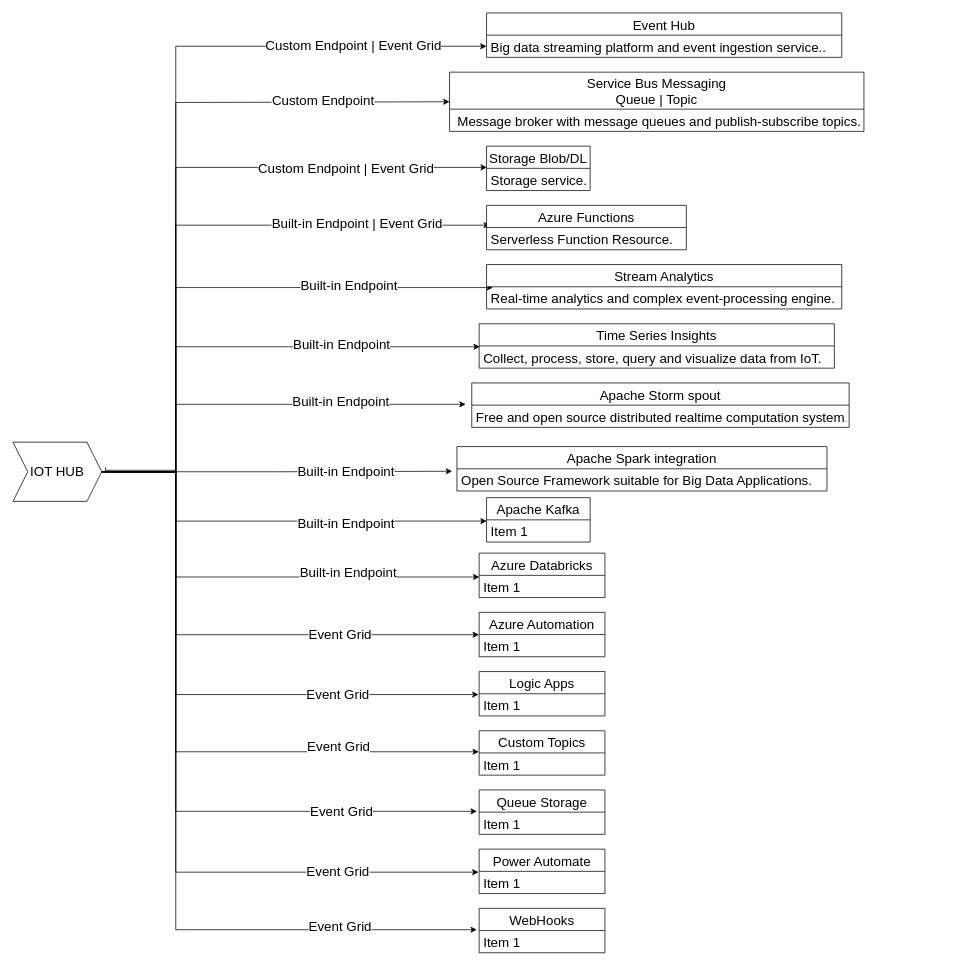
saramonteiro/diagrams keeps this draw.io diagram as page "Page-2" (2 of 2) of iothub/WWH.drawio. Above is the earlier version. Source tidied: cells renumbered, new cells numbered last; positions are measured from the earlier drawing's top-left corner, leaving out a move shared by most shapes. Both pictures are drawn from the tidied source at 74%, with x=0, y=0 at pixel (13, 13).
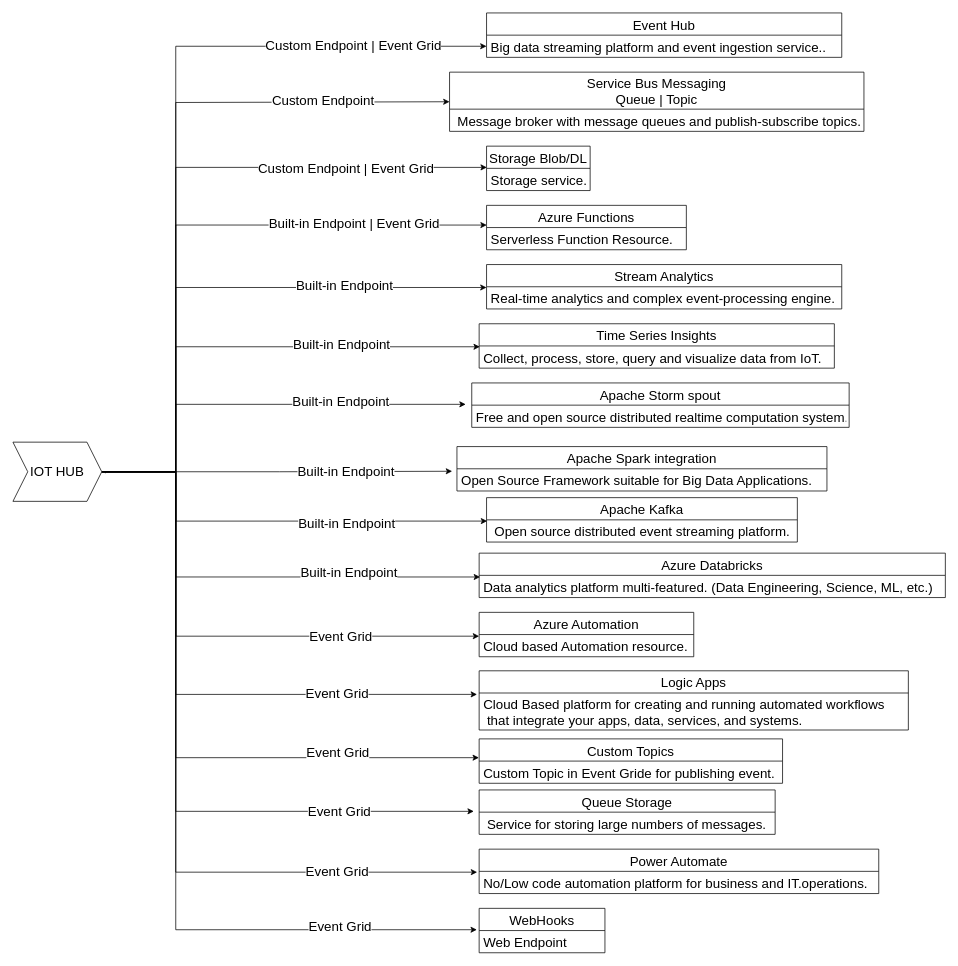
Above is the later version.

Commit message:
Finish description

Unchanged cells that the change refers to:
```xml
<mxCell id="34" value="&lt;font style=&quot;font-size: 18px&quot;&gt;IOT HUB&lt;/font&gt;" style="shape=step;perimeter=stepPerimeter;whiteSpace=wrap;html=1;fixedSize=1;fontSize=6;" parent="1" vertex="1">
  <mxGeometry y="580" width="120" height="80" as="geometry" />
</mxCell>
<mxCell id="41" value="Azure Functions" style="swimlane;fontStyle=0;horizontal=1;startSize=30;fontSize=18;" parent="1" vertex="1">
  <mxGeometry x="640" y="260" width="270" height="60" as="geometry" />
</mxCell>
<mxCell id="42" value="Serverless Function Resource." style="text;strokeColor=none;fillColor=none;align=left;verticalAlign=middle;spacingLeft=4;spacingRight=4;overflow=hidden;points=[[0,0.5],[1,0.5]];portConstraint=eastwest;fontSize=18;" parent="41" vertex="1">
  <mxGeometry y="30" width="270" height="30" as="geometry" />
</mxCell>
<mxCell id="44" value="Real-time analytics and complex event-processing engine." style="text;strokeColor=none;fillColor=none;align=left;verticalAlign=middle;spacingLeft=4;spacingRight=4;overflow=hidden;points=[[0,0.5],[1,0.5]];portConstraint=eastwest;fontSize=18;" parent="43" vertex="1">
  <mxGeometry y="30" width="480" height="30" as="geometry" />
</mxCell>
<mxCell id="65" value="WebHooks" style="swimlane;fontStyle=0;horizontal=1;startSize=30;fontSize=18;" parent="1" vertex="1">
  <mxGeometry x="630" y="1210" width="170" height="60" as="geometry" />
</mxCell>
```

Diff of the diagram source:
```diff
@@
-    <mxCell id="8" style="edgeStyle=orthogonalEdgeStyle;rounded=0;jettySize=auto;html=1;exitX=1;exitY=0.5;exitDx=0;exitDy=0;entryX=0.017;entryY=-0.106;entryDx=0;entryDy=0;entryPerimeter=0;fontSize=18;" parent="1" edge="1" source="34" target="42">
+    <mxCell id="8" style="edgeStyle=orthogonalEdgeStyle;rounded=0;jettySize=auto;html=1;exitX=1;exitY=0.5;exitDx=0;exitDy=0;entryX=0.001;entryY=0.444;entryDx=0;entryDy=0;entryPerimeter=0;fontSize=18;" parent="1" edge="1" source="34" target="41">
       <mxGeometry relative="1" as="geometry">
         <Array as="points">
           <mxPoint x="220" y="620" />
           <mxPoint x="220" y="287" />
         </Array>
       </mxGeometry>
     </mxCell>
@@
-    <mxCell id="10" style="edgeStyle=orthogonalEdgeStyle;rounded=0;jettySize=auto;html=1;exitX=1;exitY=0.5;exitDx=0;exitDy=0;entryX=0.018;entryY=0.037;entryDx=0;entryDy=0;entryPerimeter=0;fontSize=18;" parent="1" edge="1" source="34" target="44">
+    <mxCell id="10" style="edgeStyle=orthogonalEdgeStyle;rounded=0;jettySize=auto;html=1;exitX=1;exitY=0.5;exitDx=0;exitDy=0;fontSize=18;" parent="1" edge="1" source="34">
       <mxGeometry relative="1" as="geometry">
+        <mxPoint x="640" y="371" as="targetPoint" />
         <Array as="points">
           <mxPoint x="220" y="620" />
           <mxPoint x="220" y="371" />
         </Array>
       </mxGeometry>
     </mxCell>
@@
     <mxCell id="22" style="edgeStyle=orthogonalEdgeStyle;rounded=0;orthogonalLoop=1;jettySize=auto;html=1;exitX=1;exitY=0.5;exitDx=0;exitDy=0;entryX=-0.031;entryY=0.074;entryDx=0;entryDy=0;entryPerimeter=0;fontSize=18;" parent="1" edge="1">
       <mxGeometry relative="1" as="geometry">
-        <mxPoint x="125" y="618" as="sourcePoint" />
-        <mxPoint x="629.7" y="840.2" as="targetPoint" />
+        <mxPoint x="125.3" y="620" as="sourcePoint" />
+        <mxPoint x="630" y="842.2" as="targetPoint" />
         <Array as="points">
-          <mxPoint x="220" y="618" />
-          <mxPoint x="220" y="840" />
+          <mxPoint x="220.3" y="620" />
+          <mxPoint x="220.3" y="842" />
         </Array>
       </mxGeometry>
     </mxCell>
@@
     <mxCell id="26" style="edgeStyle=orthogonalEdgeStyle;rounded=0;orthogonalLoop=1;jettySize=auto;html=1;exitX=1;exitY=0.5;exitDx=0;exitDy=0;entryX=-0.031;entryY=0.148;entryDx=0;entryDy=0;entryPerimeter=0;fontSize=18;" parent="1" edge="1">
       <mxGeometry relative="1" as="geometry">
-        <mxPoint x="125" y="614" as="sourcePoint" />
-        <mxPoint x="629.7" y="998.4" as="targetPoint" />
+        <mxPoint x="125" y="622" as="sourcePoint" />
+        <mxPoint x="629.7" y="1006.4" as="targetPoint" />
         <Array as="points">
           <mxPoint x="125" y="620" />
           <mxPoint x="220" y="620" />
-          <mxPoint x="220" y="998" />
+          <mxPoint x="220" y="1006" />
         </Array>
       </mxGeometry>
     </mxCell>
@@
     <mxCell id="51" value="Apache Kafka" style="swimlane;fontStyle=0;horizontal=1;startSize=30;fontSize=18;" parent="1" vertex="1">
-      <mxGeometry x="640" y="655" width="140" height="60" as="geometry" />
+      <mxGeometry x="640" y="655" width="420" height="60" as="geometry" />
     </mxCell>
-    <mxCell id="52" value="Item 1" style="text;strokeColor=none;fillColor=none;align=left;verticalAlign=middle;spacingLeft=4;spacingRight=4;overflow=hidden;points=[[0,0.5],[1,0.5]];portConstraint=eastwest;fontSize=18;" parent="51" vertex="1">
-      <mxGeometry y="30" width="140" height="30" as="geometry" />
+    <mxCell id="52" value=" Open source distributed event streaming platform." style="text;strokeColor=none;fillColor=none;align=left;verticalAlign=middle;spacingLeft=4;spacingRight=4;overflow=hidden;points=[[0,0.5],[1,0.5]];portConstraint=eastwest;fontSize=18;" parent="51" vertex="1">
+      <mxGeometry y="30" width="420" height="30" as="geometry" />
     </mxCell>
     <mxCell id="53" value="Azure Databricks" style="swimlane;fontStyle=0;horizontal=1;startSize=30;fontSize=18;" parent="1" vertex="1">
-      <mxGeometry x="630" y="730" width="170" height="60" as="geometry" />
+      <mxGeometry x="630" y="730" width="630" height="60" as="geometry" />
     </mxCell>
-    <mxCell id="54" value="Item 1" style="text;strokeColor=none;fillColor=none;align=left;verticalAlign=middle;spacingLeft=4;spacingRight=4;overflow=hidden;points=[[0,0.5],[1,0.5]];portConstraint=eastwest;fontSize=18;" parent="53" vertex="1">
-      <mxGeometry y="30" width="170" height="30" as="geometry" />
+    <mxCell id="54" value="Data analytics platform multi-featured. (Data Engineering, Science, ML, etc.)" style="text;strokeColor=none;fillColor=none;align=left;verticalAlign=middle;spacingLeft=4;spacingRight=4;overflow=hidden;points=[[0,0.5],[1,0.5]];portConstraint=eastwest;fontSize=18;" parent="53" vertex="1">
+      <mxGeometry y="30" width="630" height="30" as="geometry" />
     </mxCell>
     <mxCell id="55" value="Azure Automation" style="swimlane;fontStyle=0;horizontal=1;startSize=30;fontSize=18;" parent="1" vertex="1">
-      <mxGeometry x="630" y="810" width="170" height="60" as="geometry" />
+      <mxGeometry x="630" y="810" width="290" height="60" as="geometry" />
     </mxCell>
-    <mxCell id="56" value="Item 1" style="text;strokeColor=none;fillColor=none;align=left;verticalAlign=middle;spacingLeft=4;spacingRight=4;overflow=hidden;fontSize=18;" parent="55" vertex="1">
-      <mxGeometry y="30" width="170" height="30" as="geometry" />
+    <mxCell id="56" value="Cloud based Automation resource." style="text;strokeColor=none;fillColor=none;align=left;verticalAlign=middle;spacingLeft=4;spacingRight=4;overflow=hidden;fontSize=18;" parent="55" vertex="1">
+      <mxGeometry y="30" width="290" height="30" as="geometry" />
     </mxCell>
     <mxCell id="57" value="Logic Apps" style="swimlane;fontStyle=0;horizontal=1;startSize=30;fontSize=18;" parent="1" vertex="1">
-      <mxGeometry x="630" y="890" width="170" height="60" as="geometry" />
+      <mxGeometry x="630" y="889" width="580" height="80" as="geometry" />
     </mxCell>
-    <mxCell id="58" value="Item 1" style="text;strokeColor=none;fillColor=none;align=left;verticalAlign=middle;spacingLeft=4;spacingRight=4;overflow=hidden;points=[[0,0.5],[1,0.5]];portConstraint=eastwest;fontSize=18;" parent="57" vertex="1">
-      <mxGeometry y="30" width="170" height="30" as="geometry" />
+    <mxCell id="58" value="Cloud Based platform for creating and running automated workflows&#10; that integrate your apps, data, services, and systems. " style="text;strokeColor=none;fillColor=none;align=left;verticalAlign=middle;spacingLeft=4;spacingRight=4;overflow=hidden;points=[[0,0.5],[1,0.5]];portConstraint=eastwest;fontSize=18;" parent="57" vertex="1">
+      <mxGeometry y="30" width="580" height="50" as="geometry" />
     </mxCell>
     <mxCell id="59" value="Custom Topics" style="swimlane;fontStyle=0;horizontal=1;startSize=30;fontSize=18;" parent="1" vertex="1">
-      <mxGeometry x="630" y="970" width="170" height="60" as="geometry" />
+      <mxGeometry x="630" y="981" width="410" height="60" as="geometry" />
     </mxCell>
-    <mxCell id="60" value="Item 1" style="text;strokeColor=none;fillColor=none;align=left;verticalAlign=middle;spacingLeft=4;spacingRight=4;overflow=hidden;fontSize=18;" parent="59" vertex="1">
-      <mxGeometry y="30" width="170" height="30" as="geometry" />
+    <mxCell id="60" value="Custom Topic in Event Gride for publishing event." style="text;strokeColor=none;fillColor=none;align=left;verticalAlign=middle;spacingLeft=4;spacingRight=4;overflow=hidden;fontSize=18;" parent="59" vertex="1">
+      <mxGeometry y="30" width="410" height="30" as="geometry" />
     </mxCell>
     <mxCell id="61" value="Queue Storage" style="swimlane;fontStyle=0;horizontal=1;startSize=30;fontSize=18;" parent="1" vertex="1">
-      <mxGeometry x="630" y="1050" width="170" height="60" as="geometry" />
+      <mxGeometry x="630" y="1050" width="400" height="60" as="geometry" />
     </mxCell>
-    <mxCell id="62" value="Item 1" style="text;strokeColor=none;fillColor=none;align=left;verticalAlign=middle;spacingLeft=4;spacingRight=4;overflow=hidden;points=[[0,0.5],[1,0.5]];portConstraint=eastwest;fontSize=18;" parent="61" vertex="1">
-      <mxGeometry y="30" width="170" height="30" as="geometry" />
+    <mxCell id="62" value=" Service for storing large numbers of messages." style="text;strokeColor=none;fillColor=none;align=left;verticalAlign=middle;spacingLeft=4;spacingRight=4;overflow=hidden;points=[[0,0.5],[1,0.5]];portConstraint=eastwest;fontSize=18;" parent="61" vertex="1">
+      <mxGeometry y="30" width="400" height="30" as="geometry" />
     </mxCell>
     <mxCell id="63" value="Power Automate" style="swimlane;fontStyle=0;horizontal=1;startSize=30;fontSize=18;" parent="1" vertex="1">
-      <mxGeometry x="630" y="1130" width="170" height="60" as="geometry" />
+      <mxGeometry x="630" y="1130" width="540" height="60" as="geometry" />
     </mxCell>
-    <mxCell id="64" value="Item 1" style="text;strokeColor=none;fillColor=none;align=left;verticalAlign=middle;spacingLeft=4;spacingRight=4;overflow=hidden;points=[[0,0.5],[1,0.5]];portConstraint=eastwest;fontSize=18;" parent="63" vertex="1">
-      <mxGeometry y="30" width="170" height="30" as="geometry" />
+    <mxCell id="64" value="No/Low code automation platform for business and IT.operations." style="text;strokeColor=none;fillColor=none;align=left;verticalAlign=middle;spacingLeft=4;spacingRight=4;overflow=hidden;points=[[0,0.5],[1,0.5]];portConstraint=eastwest;fontSize=18;" parent="63" vertex="1">
+      <mxGeometry y="30" width="540" height="30" as="geometry" />
     </mxCell>
@@
-    <mxCell id="66" value="Item 1" style="text;strokeColor=none;fillColor=none;align=left;verticalAlign=middle;spacingLeft=4;spacingRight=4;overflow=hidden;points=[[0,0.5],[1,0.5]];portConstraint=eastwest;fontSize=18;" parent="65" vertex="1">
+    <mxCell id="66" value="Web Endpoint" style="text;strokeColor=none;fillColor=none;align=left;verticalAlign=middle;spacingLeft=4;spacingRight=4;overflow=hidden;points=[[0,0.5],[1,0.5]];portConstraint=eastwest;fontSize=18;" parent="65" vertex="1">
       <mxGeometry y="30" width="170" height="30" as="geometry" />
     </mxCell>
```
